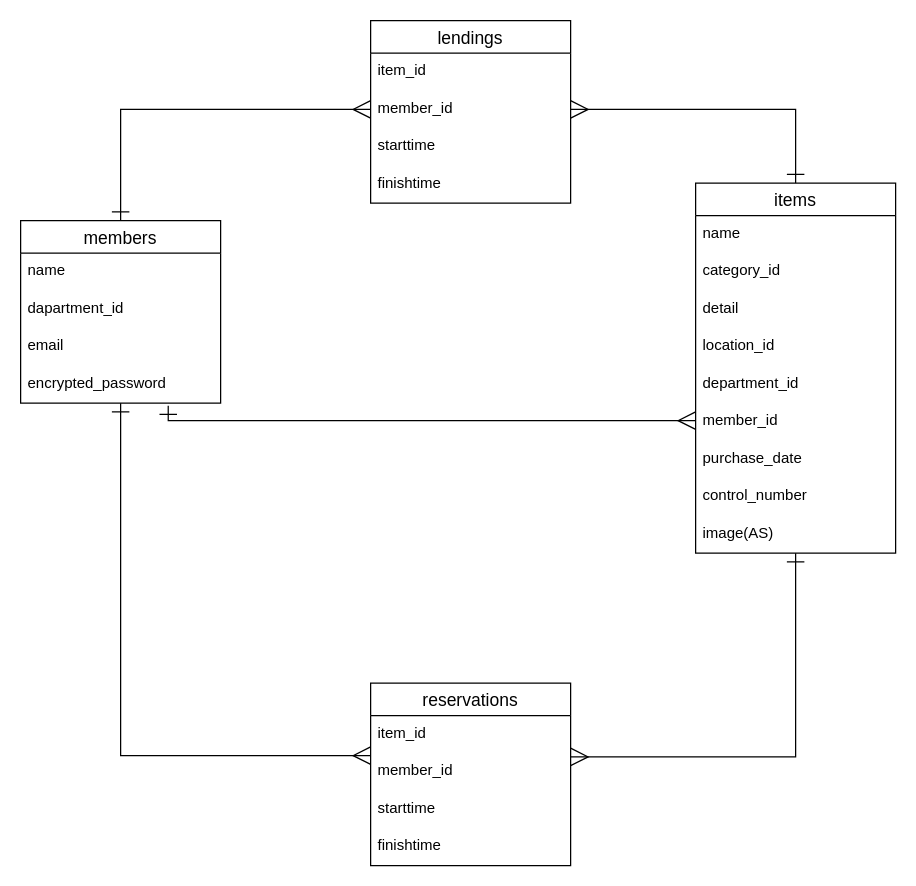
mittz333/damatt keeps this draw.io diagram as ER.dio. Above is the earlier version. Source tidied: cells renumbered, new cells numbered last; positions are measured from the earlier drawing's top-left corner, leaving out a move shared by most shapes. Both pictures are drawn from the tidied source at 125%, with x=0, y=0 at pixel (20, 20).
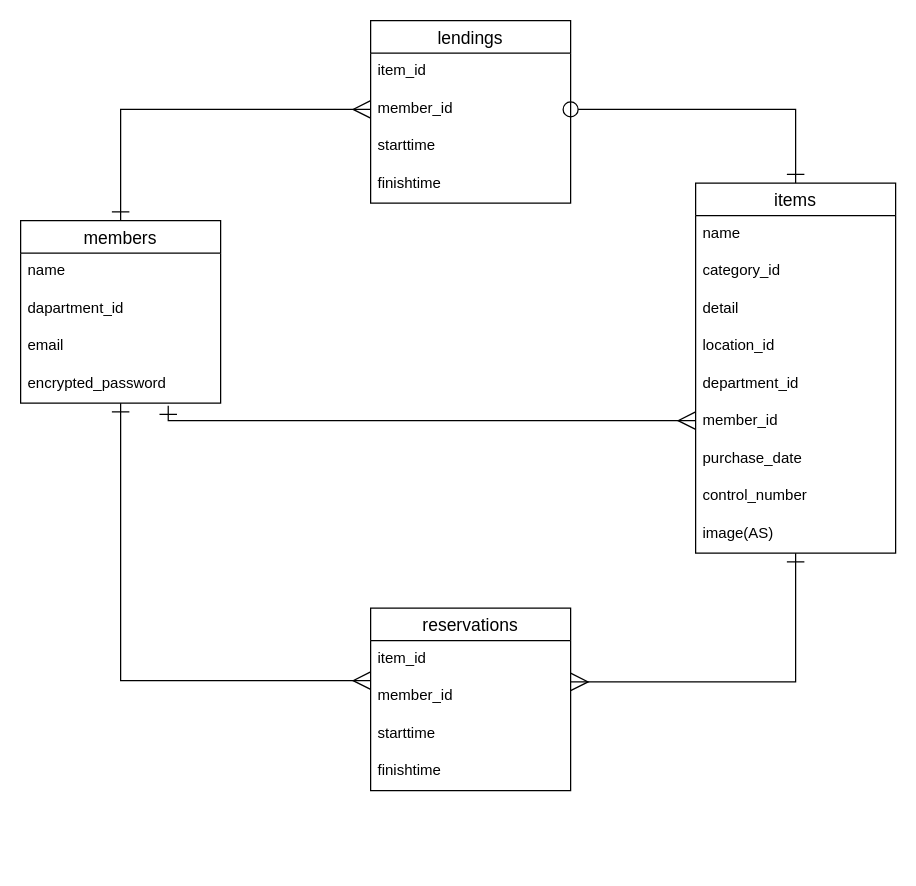
The same page after the edit.

The change refers to these unchanged cells:
```xml
<mxCell id="12" value="items" style="swimlane;fontStyle=0;horizontal=1;startSize=26;align=center;fontSize=14;" parent="1" vertex="1">
  <mxGeometry x="540" y="130" width="160" height="296" as="geometry" />
</mxCell>
<mxCell id="24" value="member_id" style="text;strokeColor=none;fillColor=none;spacingLeft=4;spacingRight=4;overflow=hidden;points=[[0,0.5],[1,0.5]];portConstraint=eastwest;fontSize=12;" parent="22" vertex="1">
  <mxGeometry y="56" width="160" height="30" as="geometry" />
</mxCell>
```

What changed in the source:
```diff
@@
-    <mxCell id="10" style="edgeStyle=orthogonalEdgeStyle;rounded=0;jettySize=auto;html=1;exitX=0.5;exitY=0;exitDx=0;exitDy=0;entryX=1;entryY=0.5;entryDx=0;entryDy=0;endArrow=ERmany;endFill=0;startArrow=ERone;startFill=0;endSize=12;startSize=12;" parent="1" edge="1" source="12" target="24">
+    <mxCell id="10" style="edgeStyle=orthogonalEdgeStyle;rounded=0;jettySize=auto;html=1;exitX=0.5;exitY=0;exitDx=0;exitDy=0;entryX=1;entryY=0.5;entryDx=0;entryDy=0;endArrow=oval;endFill=0;startArrow=ERone;startFill=0;endSize=12;startSize=12;" parent="1" edge="1" source="12" target="24">
       <mxGeometry relative="1" as="geometry" />
     </mxCell>
@@
     <mxCell id="27" value="reservations" style="swimlane;fontStyle=0;horizontal=1;startSize=26;align=center;fontSize=14;" parent="1" vertex="1">
-      <mxGeometry x="280" y="530" width="160" height="146" as="geometry" />
+      <mxGeometry x="280" y="470" width="160" height="146" as="geometry" />
     </mxCell>
```
